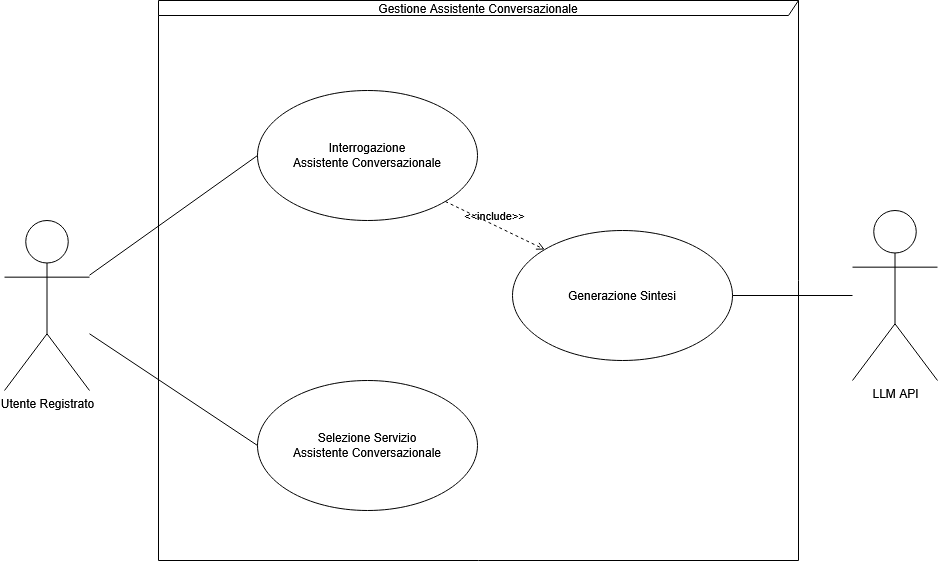
The draw.io diagram docs/diagrams_src/RAD_Diagrams/UCD_GAC.png in AndreaRainone/FARIS, before a commit. Source tidied: cells renumbered, new cells last; positions are measured from the earlier drawing's top-left corner, leaving out a move shared by most shapes. Source of this version:
```xml
<mxGraphModel>
  <root>
    <mxCell id="0" />
    <mxCell id="1" parent="0" />
    <mxCell id="2" value="Gestione Assistente Conversazionale" style="shape=umlFrame;whiteSpace=wrap;html=1;width=640;height=15;fillColor=none;" parent="1" vertex="1">
      <mxGeometry x="154" width="640" height="560" as="geometry" />
    </mxCell>
    <mxCell id="3" style="rounded=0;jettySize=auto;html=1;entryX=0;entryY=0.5;entryDx=0;entryDy=0;defaultLabelBackgroundColor=page;endArrow=none;endFill=0;" parent="1" edge="1" source="5" target="7">
      <mxGeometry relative="1" as="geometry" />
    </mxCell>
    <mxCell id="4" style="rounded=0;jettySize=auto;html=1;entryX=0;entryY=0.5;entryDx=0;entryDy=0;defaultLabelBackgroundColor=page;endArrow=none;endFill=0;" parent="1" edge="1" source="5" target="10">
      <mxGeometry relative="1" as="geometry" />
    </mxCell>
    <mxCell id="5" value="Utente Registrato" style="shape=umlActor;verticalLabelPosition=bottom;verticalAlign=top;html=1;labelPerimeter=1;" parent="1" vertex="1">
      <mxGeometry y="220" width="85" height="170" as="geometry" />
    </mxCell>
    <mxCell id="6" value="LLM API" style="shape=umlActor;verticalLabelPosition=bottom;verticalAlign=top;html=1;labelPerimeter=1;" parent="1" vertex="1">
      <mxGeometry x="848" y="210" width="85" height="170" as="geometry" />
    </mxCell>
    <mxCell id="7" value="Interrogazione&lt;br&gt;Assistente Conversazionale" style="ellipse;html=1;whiteSpace=wrap;fillColor=none;" parent="1" vertex="1">
      <mxGeometry x="253" y="90" width="220" height="130" as="geometry" />
    </mxCell>
    <mxCell id="8" style="rounded=0;jettySize=auto;html=1;exitX=1;exitY=0.5;exitDx=0;exitDy=0;defaultLabelBackgroundColor=page;endArrow=none;endFill=0;" parent="1" edge="1" source="9" target="6">
      <mxGeometry relative="1" as="geometry" />
    </mxCell>
    <mxCell id="9" value="Generazione Sintesi" style="ellipse;html=1;whiteSpace=wrap;fillColor=none;" parent="1" vertex="1">
      <mxGeometry x="508" y="230" width="220" height="130" as="geometry" />
    </mxCell>
    <mxCell id="10" value="Selezione Servizio&lt;br&gt;Assistente Conversazionale" style="ellipse;html=1;whiteSpace=wrap;fillColor=none;" parent="1" vertex="1">
      <mxGeometry x="253" y="380" width="220" height="130" as="geometry" />
    </mxCell>
    <mxCell id="11" value="&amp;lt;&amp;lt;include&amp;gt;&amp;gt;" style="html=1;verticalAlign=bottom;labelBackgroundColor=none;endArrow=open;endFill=0;dashed=1;rounded=0;defaultLabelBackgroundColor=page;exitX=1;exitY=1;exitDx=0;exitDy=0;entryX=0;entryY=0;entryDx=0;entryDy=0;" parent="1" edge="1" source="7" target="9">
      <mxGeometry relative="1" as="geometry" />
    </mxCell>
  </root>
</mxGraphModel>
```
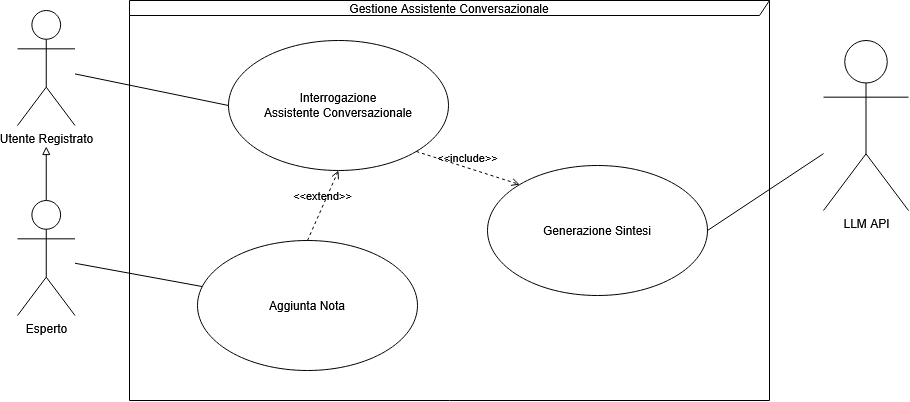
After the commit.

What changed in the source:
```diff
@@ -3,19 +3,16 @@
     <mxCell id="0" />
     <mxCell id="1" parent="0" />
     <mxCell id="2" value="Gestione Assistente Conversazionale" style="shape=umlFrame;whiteSpace=wrap;html=1;width=640;height=15;fillColor=none;" parent="1" vertex="1">
-      <mxGeometry x="154" width="640" height="560" as="geometry" />
+      <mxGeometry x="154" y="50" width="640" height="400" as="geometry" />
     </mxCell>
     <mxCell id="3" style="rounded=0;jettySize=auto;html=1;entryX=0;entryY=0.5;entryDx=0;entryDy=0;defaultLabelBackgroundColor=page;endArrow=none;endFill=0;" parent="1" edge="1" source="5" target="7">
       <mxGeometry relative="1" as="geometry" />
     </mxCell>
-    <mxCell id="4" style="rounded=0;jettySize=auto;html=1;entryX=0;entryY=0.5;entryDx=0;entryDy=0;defaultLabelBackgroundColor=page;endArrow=none;endFill=0;" parent="1" edge="1" source="5" target="10">
-      <mxGeometry relative="1" as="geometry" />
-    </mxCell>
     <mxCell id="5" value="Utente Registrato" style="shape=umlActor;verticalLabelPosition=bottom;verticalAlign=top;html=1;labelPerimeter=1;" parent="1" vertex="1">
-      <mxGeometry y="220" width="85" height="170" as="geometry" />
+      <mxGeometry x="42" y="60" width="57.5" height="115" as="geometry" />
     </mxCell>
     <mxCell id="6" value="LLM API" style="shape=umlActor;verticalLabelPosition=bottom;verticalAlign=top;html=1;labelPerimeter=1;" parent="1" vertex="1">
-      <mxGeometry x="848" y="210" width="85" height="170" as="geometry" />
+      <mxGeometry x="848" y="90" width="85" height="170" as="geometry" />
     </mxCell>
     <mxCell id="7" value="Interrogazione&lt;br&gt;Assistente Conversazionale" style="ellipse;html=1;whiteSpace=wrap;fillColor=none;" parent="1" vertex="1">
       <mxGeometry x="253" y="90" width="220" height="130" as="geometry" />
@@ -24,13 +21,25 @@
       <mxGeometry relative="1" as="geometry" />
     </mxCell>
     <mxCell id="9" value="Generazione Sintesi" style="ellipse;html=1;whiteSpace=wrap;fillColor=none;" parent="1" vertex="1">
-      <mxGeometry x="508" y="230" width="220" height="130" as="geometry" />
+      <mxGeometry x="512" y="215" width="220" height="130" as="geometry" />
     </mxCell>
-    <mxCell id="10" value="Selezione Servizio&lt;br&gt;Assistente Conversazionale" style="ellipse;html=1;whiteSpace=wrap;fillColor=none;" parent="1" vertex="1">
-      <mxGeometry x="253" y="380" width="220" height="130" as="geometry" />
-    </mxCell>
     <mxCell id="11" value="&amp;lt;&amp;lt;include&amp;gt;&amp;gt;" style="html=1;verticalAlign=bottom;labelBackgroundColor=none;endArrow=open;endFill=0;dashed=1;rounded=0;defaultLabelBackgroundColor=page;exitX=1;exitY=1;exitDx=0;exitDy=0;entryX=0;entryY=0;entryDx=0;entryDy=0;" parent="1" edge="1" source="7" target="9">
       <mxGeometry relative="1" as="geometry" />
     </mxCell>
+    <mxCell id="12" style="edgeStyle=orthogonalEdgeStyle;rounded=0;jettySize=auto;html=1;defaultLabelBackgroundColor=page;labelPadding=0 4;endArrow=block;endFill=0;" parent="1" edge="1" source="13" target="5">
+      <mxGeometry relative="1" as="geometry" />
+    </mxCell>
+    <mxCell id="13" value="Esperto" style="shape=umlActor;verticalLabelPosition=bottom;verticalAlign=top;html=1;labelPerimeter=1;" parent="1" vertex="1">
+      <mxGeometry x="42" y="250" width="57.5" height="115" as="geometry" />
+    </mxCell>
+    <mxCell id="14" style="rounded=0;jettySize=auto;html=1;defaultLabelBackgroundColor=page;labelPadding=0 4;endArrow=none;endFill=0;" parent="1" edge="1" source="13" target="15">
+      <mxGeometry relative="1" as="geometry" />
+    </mxCell>
+    <mxCell id="15" value="Aggiunta Nota" style="ellipse;html=1;whiteSpace=wrap;fillColor=none;" parent="1" vertex="1">
+      <mxGeometry x="222" y="290" width="220" height="130" as="geometry" />
+    </mxCell>
+    <mxCell id="16" value="&amp;lt;&amp;lt;extend&amp;gt;&amp;gt;" style="html=1;verticalAlign=bottom;labelBackgroundColor=none;endArrow=open;endFill=0;dashed=1;rounded=0;defaultLabelBackgroundColor=page;labelPadding=0 4;entryX=0.5;entryY=1;entryDx=0;entryDy=0;exitX=0.5;exitY=0;exitDx=0;exitDy=0;" parent="1" edge="1" source="15" target="7">
+      <mxGeometry relative="1" as="geometry" />
+    </mxCell>
   </root>
 </mxGraphModel>
```
